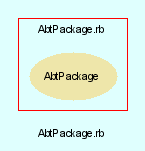
This is src/trunk/doc/dot/f_4.png from eschabell/abtlinux, a Graphviz export, as it was before one commit. Its source is kept beside it as src/trunk/doc/dot/f_4.dot. Source of this version:
```dot
digraph TopLevel {
    compound = true
    bgcolor = lightcyan1
    fontname = Arial
    fontsize = 8
    label = "AbtPackage.rb"
    node [
        fontname = Arial,
        fontsize = 8,
        color = black
    ]

    subgraph cluster_4 {
        fontname = Arial
        color = red
        label = "AbtPackage.rb"
        AbtPackage [
            fontcolor = black,
            URL = "classes/AbtPackage.html",
            shape = ellipse,
            color = palegoldenrod,
            style = filled,
            label = "AbtPackage"
        ]

    }

}
```
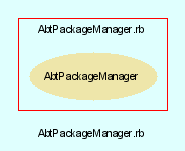
Later version of the same file.

The edit, as a diff of the source:
```diff
@@ -3,24 +3,24 @@
     bgcolor = lightcyan1
     fontname = Arial
     fontsize = 8
-    label = "AbtPackage.rb"
+    label = "AbtPackageManager.rb"
     node [
         fontname = Arial,
         fontsize = 8,
         color = black
     ]
 
-    subgraph cluster_4 {
+    subgraph cluster_5 {
         fontname = Arial
         color = red
-        label = "AbtPackage.rb"
-        AbtPackage [
+        label = "AbtPackageManager.rb"
+        AbtPackageManager [
             fontcolor = black,
-            URL = "classes/AbtPackage.html",
+            URL = "classes/AbtPackageManager.html",
             shape = ellipse,
             color = palegoldenrod,
             style = filled,
-            label = "AbtPackage"
+            label = "AbtPackageManager"
         ]
 
     }
```
